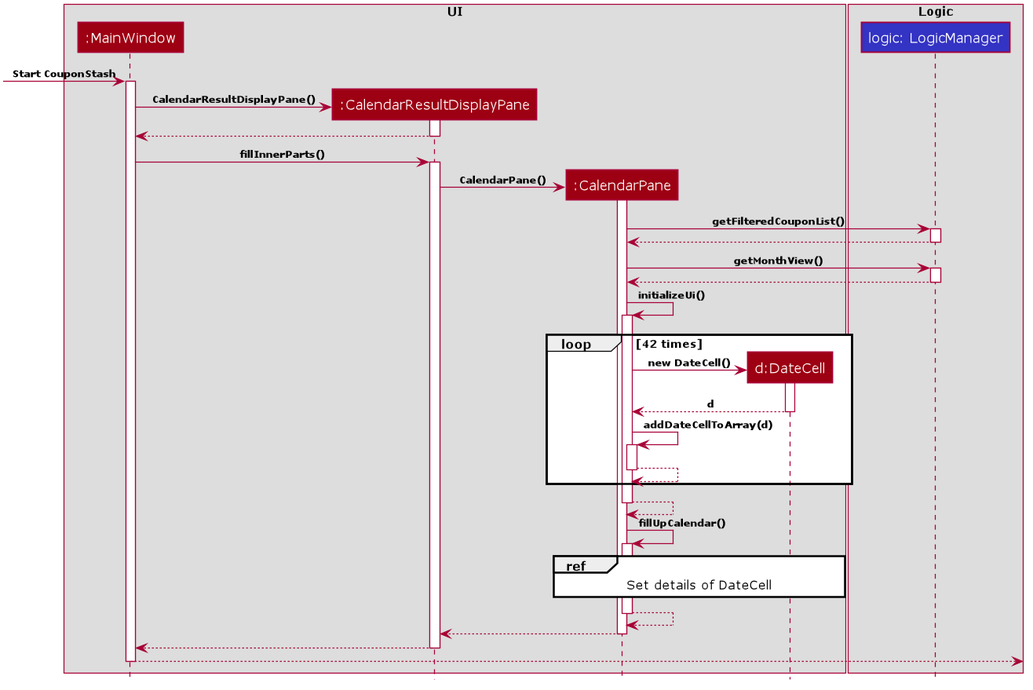
nus-cs2103-AY1920S2/addressbook-level3 keeps this PlantUML diagram as docs/images/CalendarSequenceDiagram.png. Above is the earlier version. The source it was exported from:
```plantuml
@startuml










skinparam BackgroundColor #FFFFFFF

skinparam Shadowing false

skinparam Class {
    FontColor #FFFFFF
    BorderThickness 1
    BorderColor #FFFFFF
    StereotypeFontColor #FFFFFF
    FontName Verdana
    AttributeFontColor #FFFFFF
}

skinparam Actor {
    BorderColor #000000
    Color #000000
    FontName Verdana
}

skinparam Sequence {
    MessageAlign center
    BoxFontSize 12
    BoxPadding 0
    BoxFontColor #FFFFFF
    FontName Verdana
}

skinparam Participant {
    FontColor #FFFFFFF
    Padding 20
}

skinparam GenericDisplay zz

skinparam ArrowFontSize 10
skinparam ArrowFontStyle bold

skinparam NoteBackgroundColor ghostwhite
skinparam NoteBorderColor #3333C4
skinparam DefaultFontName Verdana

skinparam MinClassWidth 50
skinparam ParticipantPadding 10
skinparam Shadowing false
skinparam DefaultTextAlignment center
skinparam packageStyle Rectangle
skinparam classAttributeIconSize 0
skinparam genericDisplay old

hide footbox
hide members
hide circle


box "<color:black>UI</color>"
participant ":MainWindow" as MainWindow #9D0012
participant ":CalendarResultDisplayPane" as CalendarResultDisplayPane #9D0012
participant ":CalendarPane" as CalendarPane #9D0012
participant "d:DateCell" as DateCell #9D0012
end box

box "<color:black>Logic</color>"
participant "logic: LogicManager" as Logic #3333C4
end box

[-> MainWindow:Start CouponStash
activate MainWindow

create CalendarResultDisplayPane
MainWindow -> CalendarResultDisplayPane: CalendarResultDisplayPane()
activate CalendarResultDisplayPane

CalendarResultDisplayPane --> MainWindow
deactivate CalendarResultDisplayPane

MainWindow -> CalendarResultDisplayPane: fillInnerParts()
activate CalendarResultDisplayPane

create CalendarPane
CalendarResultDisplayPane -> CalendarPane: CalendarPane()
activate CalendarPane


CalendarPane -> Logic: getFilteredCouponList()
activate Logic
Logic --> CalendarPane
deactivate Logic

CalendarPane -> Logic: getMonthView()
activate Logic
Logic --> CalendarPane
deactivate Logic

CalendarPane -> CalendarPane: initializeUi()
activate CalendarPane


loop 42 times
    create DateCell
    CalendarPane -> DateCell : new DateCell()
    activate DateCell

    DateCell --> CalendarPane : d
    deactivate DateCell

    CalendarPane -> CalendarPane : addDateCellToArray(d)
    activate CalendarPane
    CalendarPane --> CalendarPane

    deactivate CalendarPane

end

CalendarPane --> CalendarPane
deactivate CalendarPane

CalendarPane -> CalendarPane: fillUpCalendar()
activate CalendarPane


ref over CalendarPane, DateCell : Set details of DateCell


CalendarPane --> CalendarPane
deactivate CalendarPane

CalendarPane --> CalendarResultDisplayPane:
deactivate CalendarPane

CalendarResultDisplayPane --> MainWindow
deactivate CalendarResultDisplayPane

MainWindow -->]
deactivate MainWindow

@enduml
```
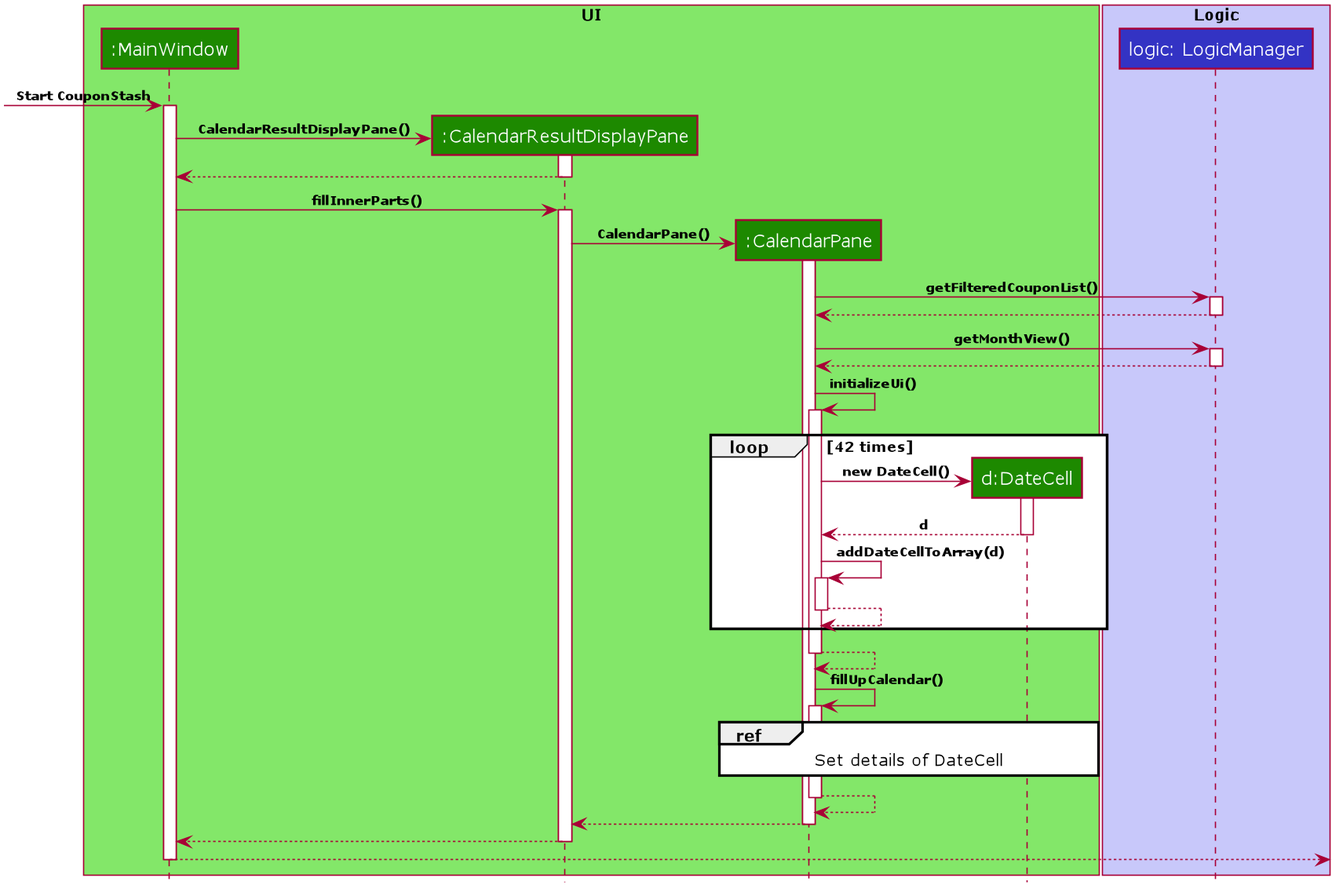
Later version of the same file.

Change to the diagram source:
```diff
@@ -63,14 +63,14 @@
 hide circle
 
 
-box "<color:black>UI</color>"
-participant ":MainWindow" as MainWindow #9D0012
-participant ":CalendarResultDisplayPane" as CalendarResultDisplayPane #9D0012
-participant ":CalendarPane" as CalendarPane #9D0012
-participant "d:DateCell" as DateCell #9D0012
+box "<color:black>UI</color>" #83E769
+participant ":MainWindow" as MainWindow #1D8900
+participant ":CalendarResultDisplayPane" as CalendarResultDisplayPane #1D8900
+participant ":CalendarPane" as CalendarPane #1D8900
+participant "d:DateCell" as DateCell #1D8900
 end box
 
-box "<color:black>Logic</color>"
+box "<color:black>Logic</color>" #C8C8FA
 participant "logic: LogicManager" as Logic #3333C4
 end box
 
```
